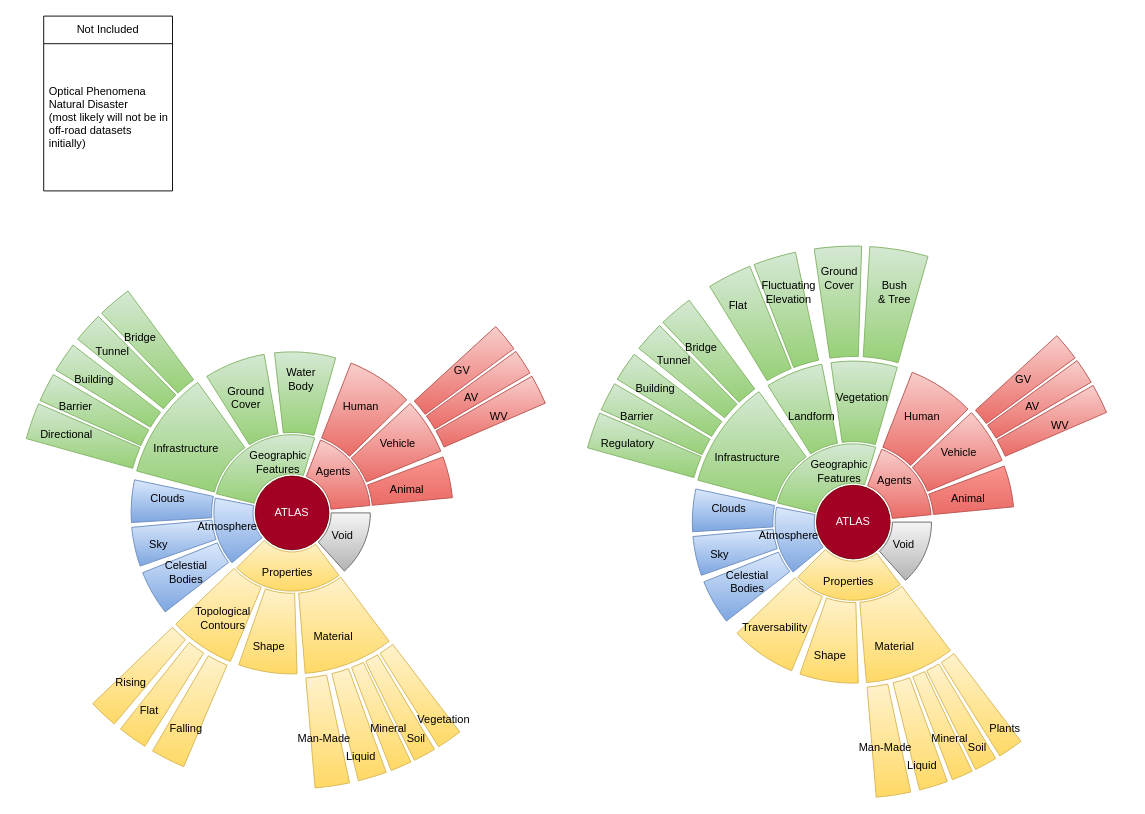
Above: ATLAS Instance Diagram.drawio in tamu-edu/ORATOR-ATLAS (draw.io), before the change. Source tidied: cells renumbered, new cells numbered last; positions are measured from the earlier drawing's top-left corner, leaving out a move shared by most shapes. Both pictures are drawn from the tidied source at 92%, with x=0, y=0 at pixel (16, 16).
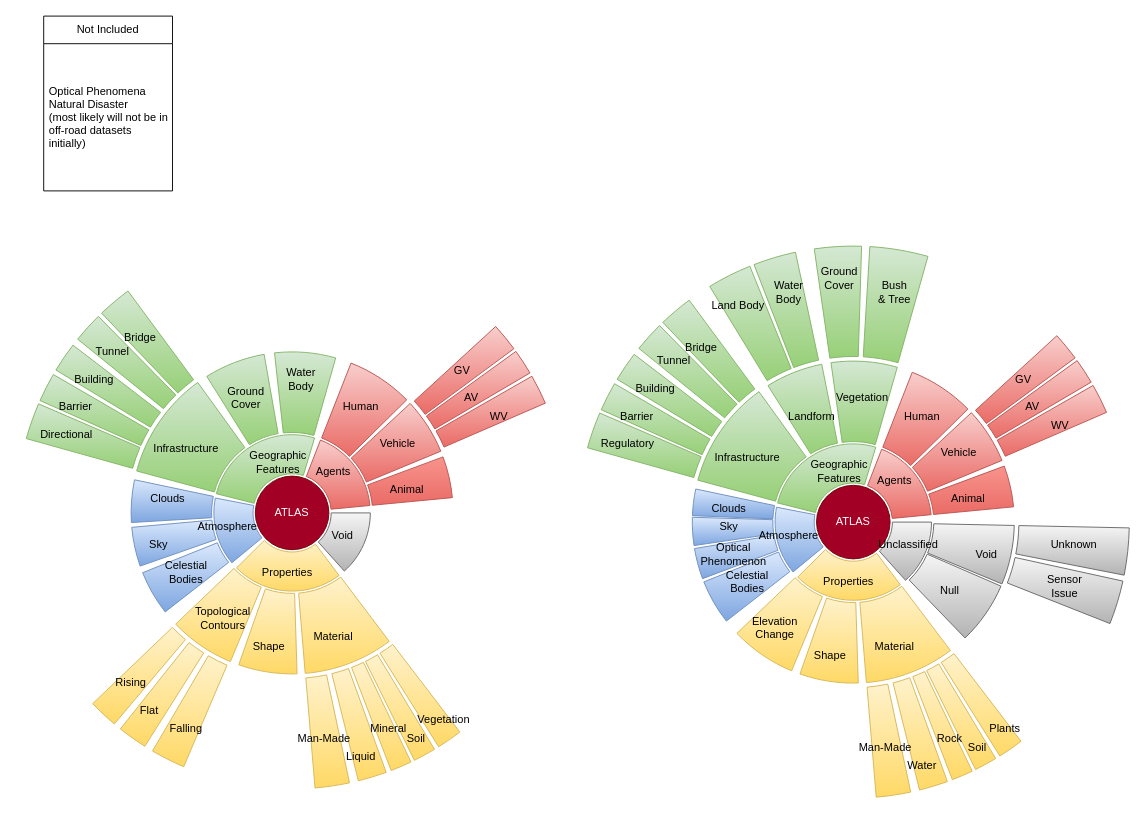
The same diagram, later.

Diff of the diagram source:
```diff
@@
-    <mxCell id="81" value="Void" style="text;html=1;strokeColor=none;fillColor=none;align=center;verticalAlign=middle;whiteSpace=wrap;rounded=0;" parent="1" vertex="1">
-      <mxGeometry x="935" y="560" width="60" height="30" as="geometry" />
-    </mxCell>
@@
-    <mxCell id="91" style="verticalLabelPosition=bottom;verticalAlign=top;html=1;shape=mxgraph.basic.partConcEllipse;startAngle=0.7404621378820819;endAngle=0.7829438308915222;arcWidth=0.5;fillColor=#dae8fc;gradientColor=#7ea6e0;strokeColor=#6c8ebf;" parent="1" vertex="1">
+    <mxCell id="91" style="verticalLabelPosition=bottom;verticalAlign=top;html=1;shape=mxgraph.basic.partConcEllipse;startAngle=0.7563628056739959;endAngle=0.7829438308915222;arcWidth=0.5;fillColor=#dae8fc;gradientColor=#7ea6e0;strokeColor=#6c8ebf;" parent="1" vertex="1">
       <mxGeometry x="735" y="375" width="350" height="350" as="geometry" />
     </mxCell>
-    <mxCell id="92" style="verticalLabelPosition=bottom;verticalAlign=top;html=1;shape=mxgraph.basic.partConcEllipse;startAngle=0.6964165382800314;endAngle=0.735714542894766;arcWidth=0.5;fillColor=#dae8fc;gradientColor=#7ea6e0;strokeColor=#6c8ebf;" parent="1" vertex="1">
+    <mxCell id="92" style="verticalLabelPosition=bottom;verticalAlign=top;html=1;shape=mxgraph.basic.partConcEllipse;startAngle=0.7267131986640851;endAngle=0.7547732166712652;arcWidth=0.5;fillColor=#dae8fc;gradientColor=#7ea6e0;strokeColor=#6c8ebf;" parent="1" vertex="1">
       <mxGeometry x="735" y="375" width="350" height="350" as="geometry" />
     </mxCell>
@@
-    <mxCell id="94" value="Atmosphere" style="text;html=1;strokeColor=none;fillColor=none;align=center;verticalAlign=middle;whiteSpace=wrap;rounded=0;" parent="1" vertex="1">
-      <mxGeometry x="810" y="550" width="60" height="30" as="geometry" />
-    </mxCell>
@@
     <mxCell id="97" value="Sky" style="text;html=1;strokeColor=none;fillColor=none;align=center;verticalAlign=middle;whiteSpace=wrap;rounded=0;" parent="1" vertex="1">
-      <mxGeometry x="735" y="570" width="60" height="30" as="geometry" />
+      <mxGeometry x="745" y="540" width="60" height="30" as="geometry" />
     </mxCell>
@@
-    <mxCell id="115" value="Flat" style="text;html=1;strokeColor=none;fillColor=none;align=center;verticalAlign=middle;whiteSpace=wrap;rounded=0;" parent="1" vertex="1">
+    <mxCell id="115" value="Land Body" style="text;html=1;strokeColor=none;fillColor=none;align=center;verticalAlign=middle;whiteSpace=wrap;rounded=0;" parent="1" vertex="1">
       <mxGeometry x="755" y="300" width="60" height="30" as="geometry" />
     </mxCell>
-    <mxCell id="116" value="&lt;div&gt;Fluctuating&lt;/div&gt;&lt;div&gt;Elevation&lt;br&gt;&lt;/div&gt;" style="text;html=1;strokeColor=none;fillColor=none;align=center;verticalAlign=middle;whiteSpace=wrap;rounded=0;" parent="1" vertex="1">
+    <mxCell id="116" value="&lt;div&gt;Water Body&lt;/div&gt;" style="text;html=1;strokeColor=none;fillColor=none;align=center;verticalAlign=middle;whiteSpace=wrap;rounded=0;" parent="1" vertex="1">
       <mxGeometry x="810" y="285" width="60" height="30" as="geometry" />
     </mxCell>
@@
-    <mxCell id="132" value="Mineral" style="text;html=1;strokeColor=none;fillColor=none;align=center;verticalAlign=middle;whiteSpace=wrap;rounded=0;" parent="1" vertex="1">
+    <mxCell id="132" value="Rock" style="text;html=1;strokeColor=none;fillColor=none;align=center;verticalAlign=middle;whiteSpace=wrap;rounded=0;" parent="1" vertex="1">
       <mxGeometry x="985" y="770" width="60" height="30" as="geometry" />
     </mxCell>
@@
-    <mxCell id="134" value="Liquid" style="text;html=1;strokeColor=none;fillColor=none;align=center;verticalAlign=middle;whiteSpace=wrap;rounded=0;" parent="1" vertex="1">
+    <mxCell id="134" value="Water" style="text;html=1;strokeColor=none;fillColor=none;align=center;verticalAlign=middle;whiteSpace=wrap;rounded=0;" parent="1" vertex="1">
       <mxGeometry x="955" y="800" width="60" height="30" as="geometry" />
     </mxCell>
@@
-    <mxCell id="139" value="Traversability" style="text;html=1;strokeColor=none;fillColor=none;align=center;verticalAlign=middle;whiteSpace=wrap;rounded=0;" parent="1" vertex="1">
+    <mxCell id="139" value="Elevation Change" style="text;html=1;strokeColor=none;fillColor=none;align=center;verticalAlign=middle;whiteSpace=wrap;rounded=0;" parent="1" vertex="1">
       <mxGeometry x="795" y="650" width="60" height="30" as="geometry" />
     </mxCell>
+    <mxCell id="140" style="verticalLabelPosition=bottom;verticalAlign=top;html=1;shape=mxgraph.basic.partConcEllipse;startAngle=0.2533152483999501;endAngle=0.31270593910735617;arcWidth=0.5;fillColor=#f5f5f5;strokeColor=#666666;gradientColor=#b3b3b3;" parent="1" vertex="1">
+      <mxGeometry x="735" y="375" width="350" height="350" as="geometry" />
+    </mxCell>
+    <mxCell id="141" style="verticalLabelPosition=bottom;verticalAlign=top;html=1;shape=mxgraph.basic.partConcEllipse;startAngle=0.315133507160994;endAngle=0.3778934074333611;arcWidth=0.5;fillColor=#f5f5f5;strokeColor=#666666;gradientColor=#b3b3b3;" parent="1" vertex="1">
+      <mxGeometry x="735" y="375" width="350" height="350" as="geometry" />
+    </mxCell>
+    <mxCell id="142" value="Null" style="text;html=1;strokeColor=none;fillColor=none;align=center;verticalAlign=middle;whiteSpace=wrap;rounded=0;" parent="1" vertex="1">
+      <mxGeometry x="985" y="610" width="60" height="30" as="geometry" />
+    </mxCell>
+    <mxCell id="143" style="verticalLabelPosition=bottom;verticalAlign=top;html=1;shape=mxgraph.basic.partConcEllipse;startAngle=0.25335013549783325;endAngle=0.28078491517508236;arcWidth=0.4;fillColor=#f5f5f5;strokeColor=#666666;gradientColor=#b3b3b3;" parent="1" vertex="1">
+      <mxGeometry x="610" y="250" width="600" height="600" as="geometry" />
+    </mxCell>
+    <mxCell id="144" style="verticalLabelPosition=bottom;verticalAlign=top;html=1;shape=mxgraph.basic.partConcEllipse;startAngle=0.284275242439795;endAngle=0.309920297753485;arcWidth=0.4;fillColor=#f5f5f5;strokeColor=#666666;gradientColor=#b3b3b3;" parent="1" vertex="1">
+      <mxGeometry x="610" y="250" width="600" height="600" as="geometry" />
+    </mxCell>
+    <mxCell id="145" value="Void" style="text;html=1;strokeColor=none;fillColor=none;align=center;verticalAlign=middle;whiteSpace=wrap;rounded=0;" parent="1" vertex="1">
+      <mxGeometry x="1025" y="570" width="60" height="30" as="geometry" />
+    </mxCell>
+    <mxCell id="146" value="Unknown" style="text;html=1;strokeColor=none;fillColor=none;align=center;verticalAlign=middle;whiteSpace=wrap;rounded=0;" parent="1" vertex="1">
+      <mxGeometry x="1120" y="560" width="60" height="30" as="geometry" />
+    </mxCell>
+    <mxCell id="147" value="Sensor Issue" style="text;html=1;strokeColor=none;fillColor=none;align=center;verticalAlign=middle;whiteSpace=wrap;rounded=0;" parent="1" vertex="1">
+      <mxGeometry x="1110" y="605" width="60" height="30" as="geometry" />
+    </mxCell>
+    <mxCell id="81" value="&lt;font style=&quot;font-size: 12px;&quot;&gt;Unclassified&lt;/font&gt;" style="text;html=1;strokeColor=none;fillColor=none;align=center;verticalAlign=middle;whiteSpace=wrap;rounded=0;" parent="1" vertex="1">
+      <mxGeometry x="940" y="560" width="60" height="30" as="geometry" />
+    </mxCell>
+    <mxCell id="148" style="verticalLabelPosition=bottom;verticalAlign=top;html=1;shape=mxgraph.basic.partConcEllipse;startAngle=0.6928998743900459;endAngle=0.7237157716443733;arcWidth=0.5;fillColor=#dae8fc;gradientColor=#7ea6e0;strokeColor=#6c8ebf;" parent="1" vertex="1">
+      <mxGeometry x="735" y="375" width="350" height="350" as="geometry" />
+    </mxCell>
+    <mxCell id="94" value="Atmosphere" style="text;html=1;strokeColor=none;fillColor=none;align=center;verticalAlign=middle;whiteSpace=wrap;rounded=0;" parent="1" vertex="1">
+      <mxGeometry x="810" y="550" width="60" height="30" as="geometry" />
+    </mxCell>
+    <mxCell id="149" value="Optical Phenomenon" style="text;html=1;strokeColor=none;fillColor=none;align=center;verticalAlign=middle;whiteSpace=wrap;rounded=0;" parent="1" vertex="1">
+      <mxGeometry x="750" y="570" width="60" height="30" as="geometry" />
+    </mxCell>
```
